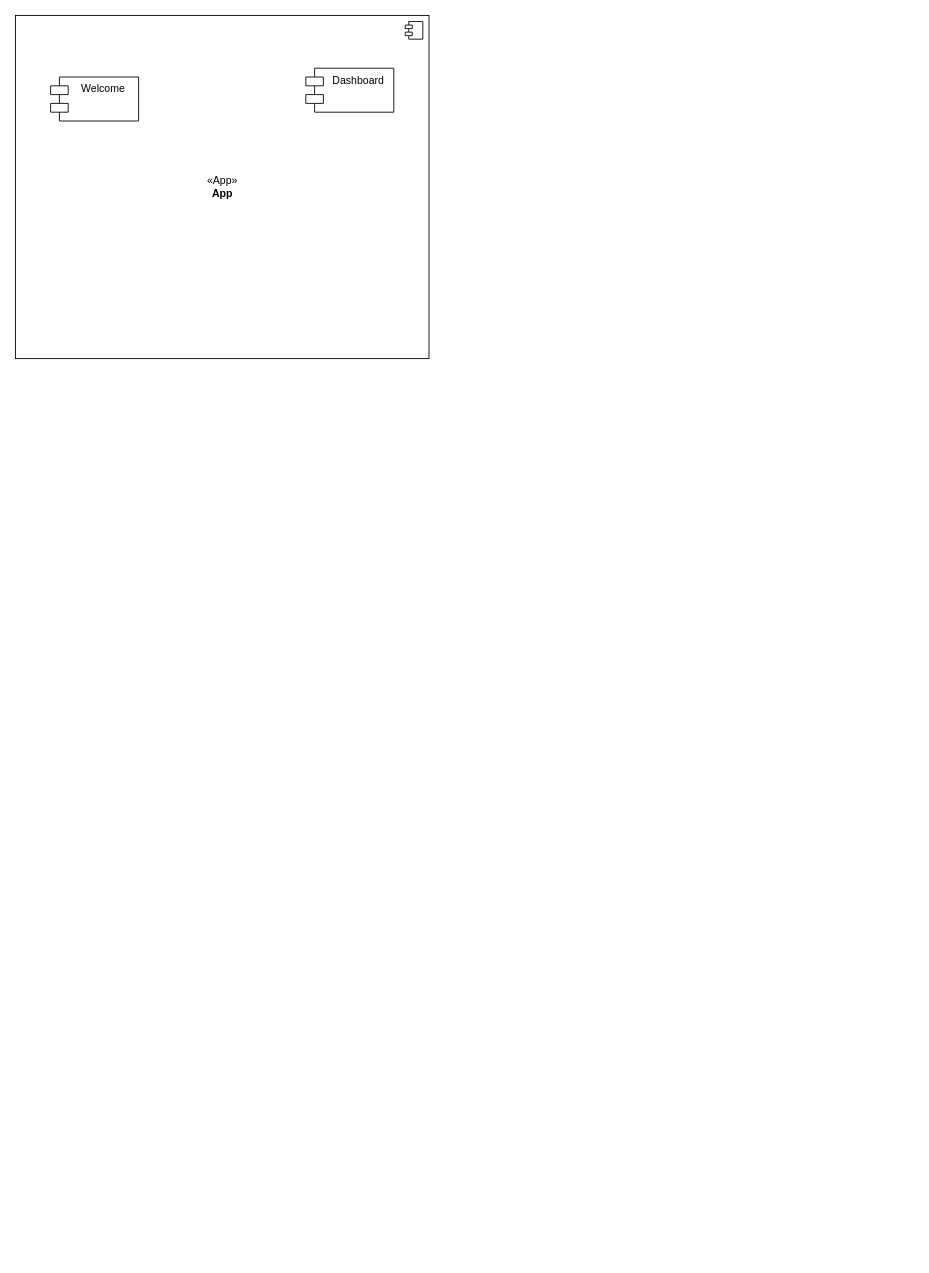
wilcorrea/vuejs-clean-arch keeps this draw.io diagram as diagram.drawio. Above is the earlier version. Source tidied: cells renumbered, new cells numbered last; positions are measured from the earlier drawing's top-left corner, leaving out a move shared by most shapes. Both pictures are drawn from the tidied source at 88%, with x=0, y=0 at pixel (15, 15).
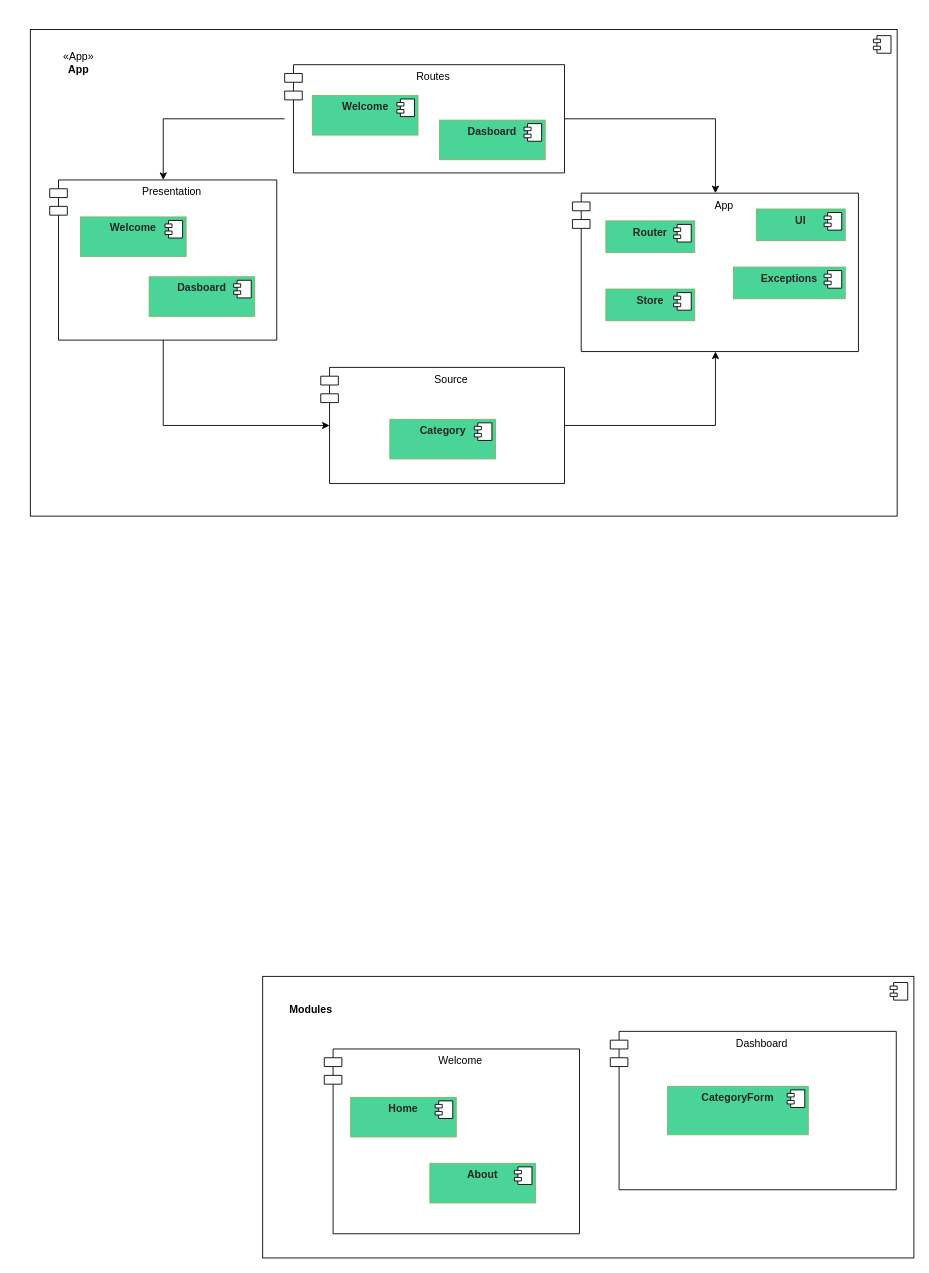
The same page after the edit.

Commit message (it also covers changes not shown here):
7. Rename stuffs and update diagram

Diff of the diagram source:
```diff
@@
-    <mxCell id="2" value="«App»&lt;br&gt;&lt;b&gt;App&lt;/b&gt;" style="html=1;" parent="1" vertex="1">
-      <mxGeometry width="470" height="390" as="geometry" />
+    <mxCell id="2" style="html=1;" parent="1" vertex="1">
+      <mxGeometry x="281" y="1092" width="740" height="320" as="geometry" />
     </mxCell>
@@
     <mxCell id="4" value="Welcome" style="shape=module;align=left;spacingLeft=20;align=center;verticalAlign=top;" parent="1" vertex="1">
-      <mxGeometry x="40" y="70" width="100" height="50" as="geometry" />
+      <mxGeometry x="351" y="1174.5" width="290" height="210" as="geometry" />
     </mxCell>
     <mxCell id="5" value="Dashboard" style="shape=module;align=left;spacingLeft=20;align=center;verticalAlign=top;" parent="1" vertex="1">
-      <mxGeometry x="330" y="60" width="100" height="50" as="geometry" />
+      <mxGeometry x="676" y="1154.5" width="325" height="180" as="geometry" />
     </mxCell>
+    <mxCell id="6" value="&lt;p style=&quot;margin: 0px ; margin-top: 6px ; text-align: center&quot;&gt;&lt;b&gt;CategoryForm&lt;/b&gt;&lt;/p&gt;" style="align=left;overflow=fill;html=1;strokeColor=#82b366;fillColor=#4BD497;fontColor=#262626;" parent="1" vertex="1">
+      <mxGeometry x="741" y="1217" width="160" height="55" as="geometry" />
+    </mxCell>
+    <mxCell id="7" style="shape=component;jettyWidth=8;jettyHeight=4;" parent="6" vertex="1">
+      <mxGeometry x="1" width="20" height="20" relative="1" as="geometry">
+        <mxPoint x="-24" y="4" as="offset" />
+      </mxGeometry>
+    </mxCell>
+    <mxCell id="8" value="&lt;b&gt;Modules&lt;/b&gt;" style="text;html=1;strokeColor=none;fillColor=none;align=center;verticalAlign=middle;whiteSpace=wrap;rounded=0;" parent="1" vertex="1">
+      <mxGeometry x="291" y="1104.5" width="90" height="50" as="geometry" />
+    </mxCell>
+    <mxCell id="9" value="&lt;p style=&quot;margin: 0px ; margin-top: 6px ; text-align: center&quot;&gt;&lt;b&gt;Home&lt;/b&gt;&lt;/p&gt;" style="align=left;overflow=fill;html=1;strokeColor=#82b366;fillColor=#4BD497;fontColor=#262626;" parent="1" vertex="1">
+      <mxGeometry x="381" y="1229.5" width="120" height="45" as="geometry" />
+    </mxCell>
+    <mxCell id="10" style="shape=component;jettyWidth=8;jettyHeight=4;" parent="9" vertex="1">
+      <mxGeometry x="1" width="20" height="20" relative="1" as="geometry">
+        <mxPoint x="-24" y="4" as="offset" />
+      </mxGeometry>
+    </mxCell>
+    <mxCell id="11" value="&lt;p style=&quot;margin: 0px ; margin-top: 6px ; text-align: center&quot;&gt;&lt;b&gt;About&lt;/b&gt;&lt;/p&gt;" style="align=left;overflow=fill;html=1;strokeColor=#82b366;fillColor=#4BD497;fontColor=#262626;" parent="1" vertex="1">
+      <mxGeometry x="471" y="1304.5" width="120" height="45" as="geometry" />
+    </mxCell>
+    <mxCell id="12" style="shape=component;jettyWidth=8;jettyHeight=4;" parent="11" vertex="1">
+      <mxGeometry x="1" width="20" height="20" relative="1" as="geometry">
+        <mxPoint x="-24" y="4" as="offset" />
+      </mxGeometry>
+    </mxCell>
+    <mxCell id="13" style="html=1;" parent="1" vertex="1">
+      <mxGeometry x="17" y="16" width="985" height="553" as="geometry" />
+    </mxCell>
+    <mxCell id="14" style="shape=module;jettyWidth=8;jettyHeight=4;" parent="13" vertex="1">
+      <mxGeometry x="1" width="20" height="20" relative="1" as="geometry">
+        <mxPoint x="-27" y="7" as="offset" />
+      </mxGeometry>
+    </mxCell>
+    <mxCell id="15" value="Presentation" style="shape=module;align=left;spacingLeft=20;align=center;verticalAlign=top;" parent="1" vertex="1">
+      <mxGeometry x="39" y="187" width="258" height="182" as="geometry" />
+    </mxCell>
+    <mxCell id="16" value="App" style="shape=module;align=left;spacingLeft=20;align=center;verticalAlign=top;" parent="1" vertex="1">
+      <mxGeometry x="633" y="202" width="325" height="180" as="geometry" />
+    </mxCell>
+    <mxCell id="17" value="&lt;span&gt;«App»&lt;/span&gt;&lt;br&gt;&lt;b&gt;App&lt;/b&gt;" style="text;html=1;strokeColor=none;fillColor=none;align=center;verticalAlign=middle;whiteSpace=wrap;rounded=0;" parent="1" vertex="1">
+      <mxGeometry x="27" y="28.5" width="90" height="50" as="geometry" />
+    </mxCell>
+    <mxCell id="18" style="edgeStyle=orthogonalEdgeStyle;rounded=0;jettySize=auto;html=1;exitX=1;exitY=0.5;exitDx=0;exitDy=0;fontColor=#262626;" parent="1" edge="1" source="20" target="16">
+      <mxGeometry relative="1" as="geometry" />
+    </mxCell>
+    <mxCell id="19" style="edgeStyle=orthogonalEdgeStyle;rounded=0;jettySize=auto;html=1;entryX=0.5;entryY=0;entryDx=0;entryDy=0;fontColor=#262626;" parent="1" edge="1" source="20" target="15">
+      <mxGeometry relative="1" as="geometry" />
+    </mxCell>
+    <mxCell id="20" value="Routes" style="shape=module;align=left;spacingLeft=20;align=center;verticalAlign=top;" parent="1" vertex="1">
+      <mxGeometry x="306" y="56" width="318" height="123" as="geometry" />
+    </mxCell>
+    <mxCell id="21" style="edgeStyle=orthogonalEdgeStyle;rounded=0;jettySize=auto;html=1;fontColor=#262626;" parent="1" edge="1" source="23" target="16">
+      <mxGeometry relative="1" as="geometry" />
+    </mxCell>
+    <mxCell id="22" style="edgeStyle=orthogonalEdgeStyle;rounded=0;jettySize=auto;html=1;exitX=0;exitY=0.5;exitDx=10;exitDy=0;exitPerimeter=0;fontColor=#262626;endArrow=none;endFill=0;startArrow=classic;startFill=1;" parent="1" edge="1" source="23" target="15">
+      <mxGeometry relative="1" as="geometry" />
+    </mxCell>
+    <mxCell id="23" value="Source" style="shape=module;align=left;spacingLeft=20;align=center;verticalAlign=top;" parent="1" vertex="1">
+      <mxGeometry x="347" y="400" width="277" height="132" as="geometry" />
+    </mxCell>
+    <mxCell id="24" value="&lt;p style=&quot;margin: 0px ; margin-top: 6px ; text-align: center&quot;&gt;&lt;b&gt;Welcome&lt;/b&gt;&lt;/p&gt;" style="align=left;overflow=fill;html=1;strokeColor=#82b366;fillColor=#4BD497;fontColor=#262626;" parent="1" vertex="1">
+      <mxGeometry x="337.5" y="91" width="120" height="45" as="geometry" />
+    </mxCell>
+    <mxCell id="25" style="shape=component;jettyWidth=8;jettyHeight=4;" parent="24" vertex="1">
+      <mxGeometry x="1" width="20" height="20" relative="1" as="geometry">
+        <mxPoint x="-24" y="4" as="offset" />
+      </mxGeometry>
+    </mxCell>
+    <mxCell id="26" value="&lt;p style=&quot;margin: 0px ; margin-top: 6px ; text-align: center&quot;&gt;&lt;b&gt;Dasboard&lt;/b&gt;&lt;/p&gt;" style="align=left;overflow=fill;html=1;strokeColor=#82b366;fillColor=#4BD497;fontColor=#262626;" parent="1" vertex="1">
+      <mxGeometry x="482" y="119" width="120" height="45" as="geometry" />
+    </mxCell>
+    <mxCell id="27" style="shape=component;jettyWidth=8;jettyHeight=4;" parent="26" vertex="1">
+      <mxGeometry x="1" width="20" height="20" relative="1" as="geometry">
+        <mxPoint x="-24" y="4" as="offset" />
+      </mxGeometry>
+    </mxCell>
+    <mxCell id="28" value="&lt;p style=&quot;margin: 0px ; margin-top: 6px ; text-align: center&quot;&gt;&lt;b&gt;Welcome&lt;/b&gt;&lt;/p&gt;" style="align=left;overflow=fill;html=1;strokeColor=#82b366;fillColor=#4BD497;fontColor=#262626;" parent="1" vertex="1">
+      <mxGeometry x="74" y="229" width="120" height="45" as="geometry" />
+    </mxCell>
+    <mxCell id="29" style="shape=component;jettyWidth=8;jettyHeight=4;" parent="28" vertex="1">
+      <mxGeometry x="1" width="20" height="20" relative="1" as="geometry">
+        <mxPoint x="-24" y="4" as="offset" />
+      </mxGeometry>
+    </mxCell>
+    <mxCell id="30" value="&lt;p style=&quot;margin: 0px ; margin-top: 6px ; text-align: center&quot;&gt;&lt;b&gt;Dasboard&lt;/b&gt;&lt;/p&gt;" style="align=left;overflow=fill;html=1;strokeColor=#82b366;fillColor=#4BD497;fontColor=#262626;" parent="1" vertex="1">
+      <mxGeometry x="152" y="297" width="120" height="45" as="geometry" />
+    </mxCell>
+    <mxCell id="31" style="shape=component;jettyWidth=8;jettyHeight=4;" parent="30" vertex="1">
+      <mxGeometry x="1" width="20" height="20" relative="1" as="geometry">
+        <mxPoint x="-24" y="4" as="offset" />
+      </mxGeometry>
+    </mxCell>
+    <mxCell id="32" value="&lt;p style=&quot;margin: 0px ; margin-top: 6px ; text-align: center&quot;&gt;&lt;b&gt;Category&lt;/b&gt;&lt;/p&gt;" style="align=left;overflow=fill;html=1;strokeColor=#82b366;fillColor=#4BD497;fontColor=#262626;" parent="1" vertex="1">
+      <mxGeometry x="425.5" y="459" width="120" height="45" as="geometry" />
+    </mxCell>
+    <mxCell id="33" style="shape=component;jettyWidth=8;jettyHeight=4;" parent="32" vertex="1">
+      <mxGeometry x="1" width="20" height="20" relative="1" as="geometry">
+        <mxPoint x="-24" y="4" as="offset" />
+      </mxGeometry>
+    </mxCell>
+    <mxCell id="34" value="&lt;p style=&quot;margin: 0px ; margin-top: 6px ; text-align: center&quot;&gt;&lt;b&gt;Router&lt;/b&gt;&lt;/p&gt;" style="align=left;overflow=fill;html=1;strokeColor=#82b366;fillColor=#4BD497;fontColor=#262626;" parent="1" vertex="1">
+      <mxGeometry x="671" y="233.5" width="101" height="36" as="geometry" />
+    </mxCell>
+    <mxCell id="35" style="shape=component;jettyWidth=8;jettyHeight=4;" parent="34" vertex="1">
+      <mxGeometry x="1" width="20" height="20" relative="1" as="geometry">
+        <mxPoint x="-24" y="4" as="offset" />
+      </mxGeometry>
+    </mxCell>
+    <mxCell id="36" value="&lt;p style=&quot;margin: 0px ; margin-top: 6px ; text-align: center&quot;&gt;&lt;b&gt;UI&lt;/b&gt;&lt;/p&gt;" style="align=left;overflow=fill;html=1;strokeColor=#82b366;fillColor=#4BD497;fontColor=#262626;" parent="1" vertex="1">
+      <mxGeometry x="842" y="220" width="101" height="36" as="geometry" />
+    </mxCell>
+    <mxCell id="37" style="shape=component;jettyWidth=8;jettyHeight=4;" parent="36" vertex="1">
+      <mxGeometry x="1" width="20" height="20" relative="1" as="geometry">
+        <mxPoint x="-24" y="4" as="offset" />
+      </mxGeometry>
+    </mxCell>
+    <mxCell id="38" value="&lt;p style=&quot;margin: 0px ; margin-top: 6px ; text-align: center&quot;&gt;&lt;b&gt;Store&lt;/b&gt;&lt;/p&gt;" style="align=left;overflow=fill;html=1;strokeColor=#82b366;fillColor=#4BD497;fontColor=#262626;" parent="1" vertex="1">
+      <mxGeometry x="671" y="311" width="101" height="36" as="geometry" />
+    </mxCell>
+    <mxCell id="39" style="shape=component;jettyWidth=8;jettyHeight=4;" parent="38" vertex="1">
+      <mxGeometry x="1" width="20" height="20" relative="1" as="geometry">
+        <mxPoint x="-24" y="4" as="offset" />
+      </mxGeometry>
+    </mxCell>
+    <mxCell id="40" value="&lt;p style=&quot;margin: 0px ; margin-top: 6px ; text-align: center&quot;&gt;&lt;b&gt;Exceptions&lt;/b&gt;&lt;/p&gt;" style="align=left;overflow=fill;html=1;strokeColor=#82b366;fillColor=#4BD497;fontColor=#262626;" parent="1" vertex="1">
+      <mxGeometry x="816" y="286" width="127" height="36" as="geometry" />
+    </mxCell>
+    <mxCell id="41" style="shape=component;jettyWidth=8;jettyHeight=4;" parent="40" vertex="1">
+      <mxGeometry x="1" width="20" height="20" relative="1" as="geometry">
+        <mxPoint x="-24" y="4" as="offset" />
+      </mxGeometry>
+    </mxCell>
```
